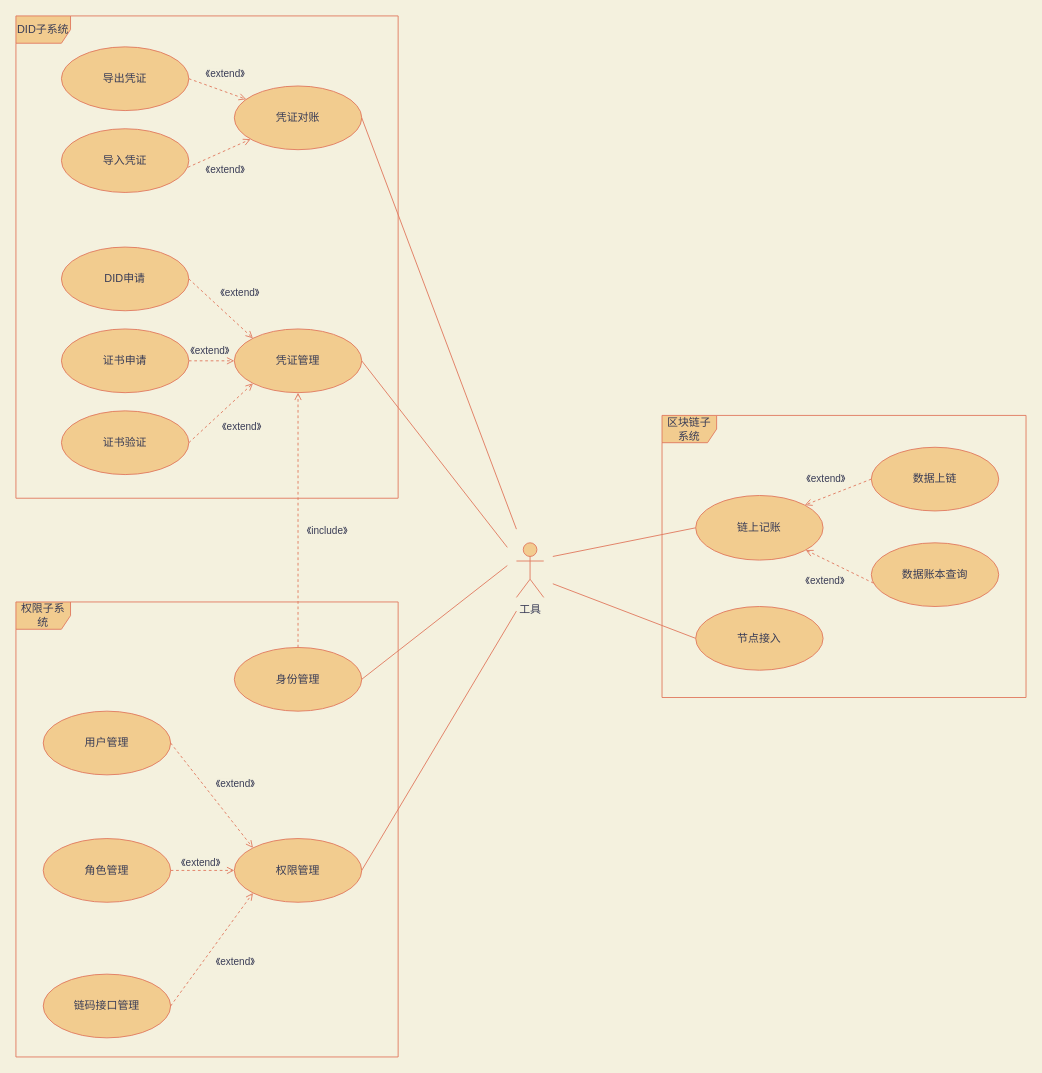
Earlier version of the draw.io diagram 用例图.drawio (doubleBeans/doubleBeans). Source tidied: cells renumbered, new cells numbered last; positions are measured from the earlier drawing's top-left corner, leaving out a move shared by most shapes. Both pictures are drawn from the tidied source at 91%, with x=0, y=0 at pixel (15, 15).
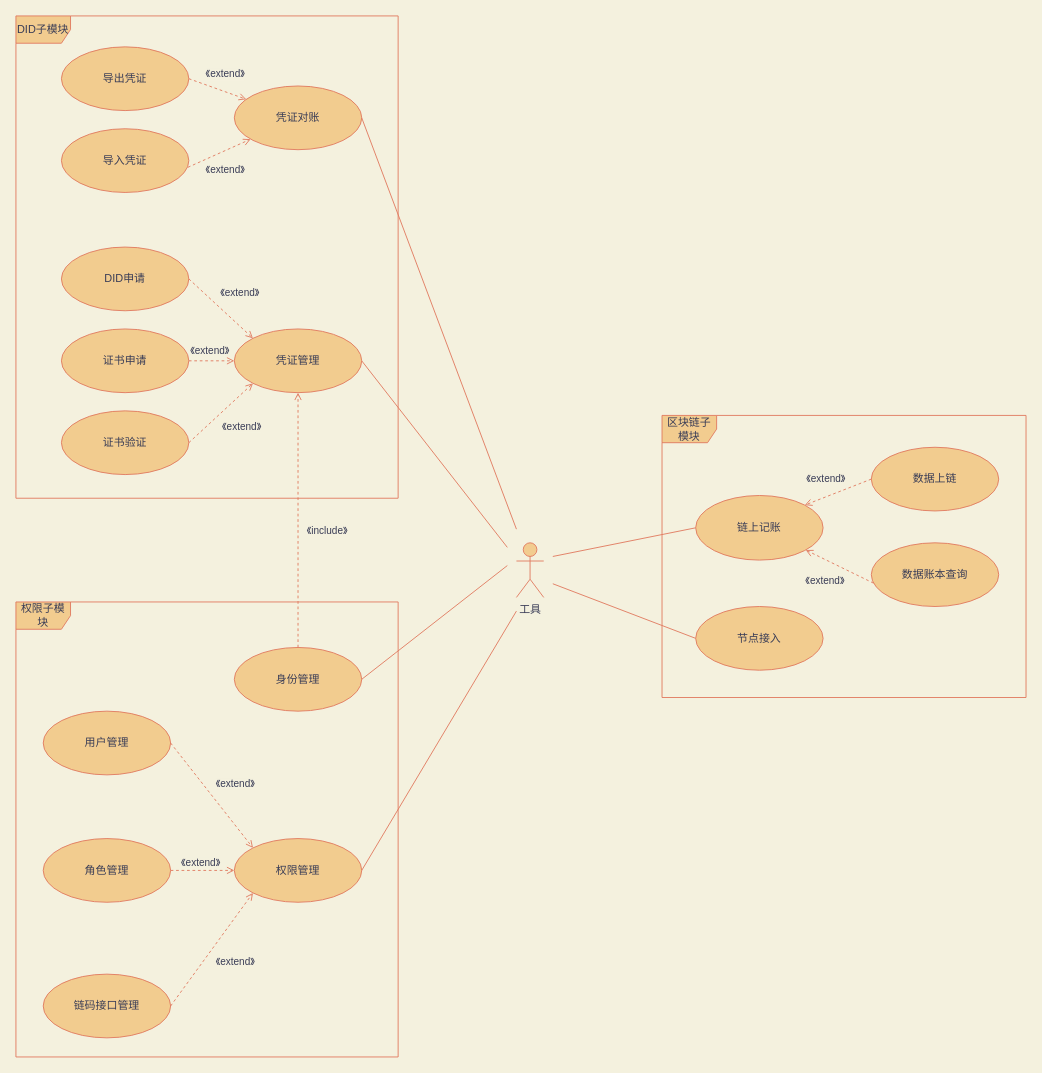
The same diagram, later.

Change to the diagram source:
```diff
@@
-    <mxCell id="2" value="DID子系统" style="shape=umlFrame;whiteSpace=wrap;html=1;fillColor=#F2CC8F;strokeColor=#E07A5F;fontColor=#393C56;" parent="1" vertex="1">
+    <mxCell id="2" value="DID子模块" style="shape=umlFrame;whiteSpace=wrap;html=1;fillColor=#F2CC8F;strokeColor=#E07A5F;fontColor=#393C56;" parent="1" vertex="1">
       <mxGeometry width="420" height="530" as="geometry" />
     </mxCell>
@@
-    <mxCell id="14" value="权限子系统" style="shape=umlFrame;whiteSpace=wrap;html=1;fillColor=#F2CC8F;strokeColor=#E07A5F;fontColor=#393C56;" parent="1" vertex="1">
+    <mxCell id="14" value="权限子模块" style="shape=umlFrame;whiteSpace=wrap;html=1;fillColor=#F2CC8F;strokeColor=#E07A5F;fontColor=#393C56;" parent="1" vertex="1">
       <mxGeometry y="644" width="420" height="500" as="geometry" />
     </mxCell>
@@
-    <mxCell id="18" value="区块链子系统" style="shape=umlFrame;whiteSpace=wrap;html=1;fillColor=#F2CC8F;strokeColor=#E07A5F;fontColor=#393C56;" parent="1" vertex="1">
+    <mxCell id="18" value="区块链子模块" style="shape=umlFrame;whiteSpace=wrap;html=1;fillColor=#F2CC8F;strokeColor=#E07A5F;fontColor=#393C56;" parent="1" vertex="1">
       <mxGeometry x="710" y="439" width="400" height="310" as="geometry" />
     </mxCell>
```
